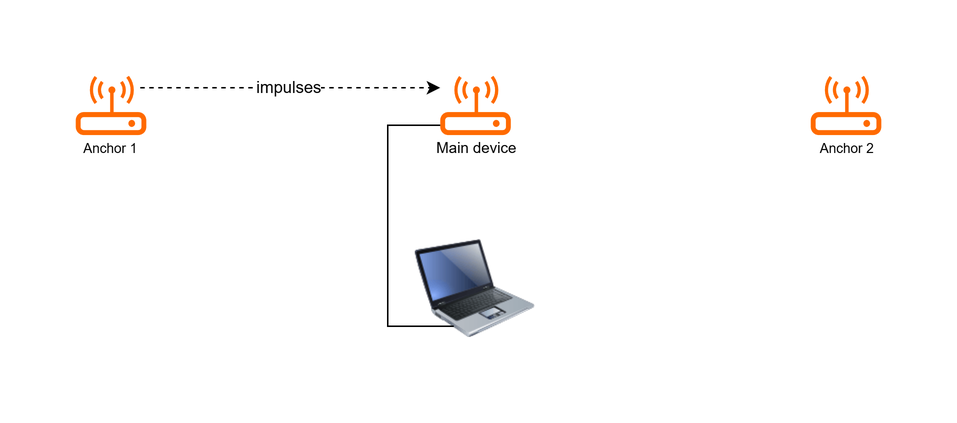
The draw.io diagram Lab6/presentation/impulses from Anchor 1.png in nemnogobread/graduation-project, before a commit. Source tidied: cells renumbered, new cells last; positions are measured from the earlier drawing's top-left corner, leaving out a move shared by most shapes.
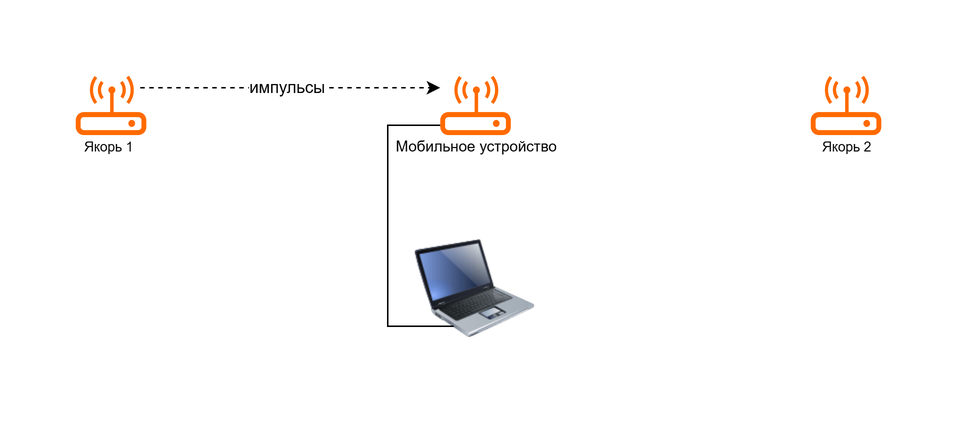
The same file after the commit.

The edit, as a diff of the source:
```diff
@@ -17,20 +17,20 @@
         <mxPoint x="243" y="8" as="targetPoint" />
       </mxGeometry>
     </mxCell>
-    <mxCell id="6" value="&lt;font style=&quot;font-size: 9px;&quot;&gt;Anchor 1&lt;/font&gt;" style="edgeLabel;html=1;align=center;verticalAlign=middle;" parent="5" vertex="1">
+    <mxCell id="6" value="&lt;font style=&quot;font-size: 9px;&quot;&gt;Якорь 1&lt;/font&gt;" style="edgeLabel;html=1;align=center;verticalAlign=middle;" parent="5" vertex="1">
       <mxGeometry x="-0.65" relative="1" as="geometry">
         <mxPoint x="-56" y="39" as="offset" />
       </mxGeometry>
     </mxCell>
-    <mxCell id="7" value="impulses" style="edgeLabel;html=1;align=center;verticalAlign=middle;" parent="5" vertex="1">
+    <mxCell id="7" value="импульсы" style="edgeLabel;html=1;align=center;verticalAlign=middle;" parent="5" vertex="1">
       <mxGeometry x="-0.02" y="-2" relative="1" as="geometry">
-        <mxPoint y="-3" as="offset" />
+        <mxPoint y="-2" as="offset" />
       </mxGeometry>
     </mxCell>
-    <mxCell id="8" value="&lt;font style=&quot;font-size: 10px;&quot;&gt;Main device&lt;/font&gt;" style="edgeLabel;html=1;align=center;verticalAlign=middle;" parent="1" vertex="1">
+    <mxCell id="8" value="&lt;font style=&quot;font-size: 10px;&quot;&gt;Мобильное устройство&lt;/font&gt;" style="edgeLabel;html=1;align=center;verticalAlign=middle;" parent="1" vertex="1">
       <mxGeometry x="266.6" y="47" as="geometry" />
     </mxCell>
-    <mxCell id="9" value="&lt;font style=&quot;font-size: 9px;&quot;&gt;Anchor 2&lt;/font&gt;" style="edgeLabel;html=1;align=center;verticalAlign=middle;" parent="1" vertex="1">
+    <mxCell id="9" value="&lt;font style=&quot;font-size: 9px;&quot;&gt;Якорь 2&lt;/font&gt;" style="edgeLabel;html=1;align=center;verticalAlign=middle;" parent="1" vertex="1">
       <mxGeometry x="513.6" y="47" as="geometry" />
     </mxCell>
     <object id="10" label="" placeholders="1">
```
